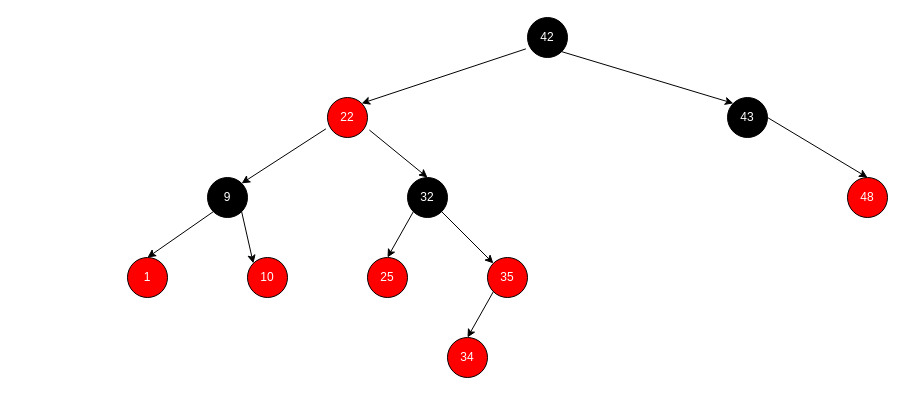
Earlier version of the draw.io diagram Untitled Diagram.drawio (semihhdemirel/semihhdemirel). Source tidied: cells renumbered, new cells numbered last; positions are measured from the earlier drawing's top-left corner, leaving out a move shared by most shapes. Both pictures are drawn from the tidied source at 100%, with x=0, y=0 at pixel (127, 17).
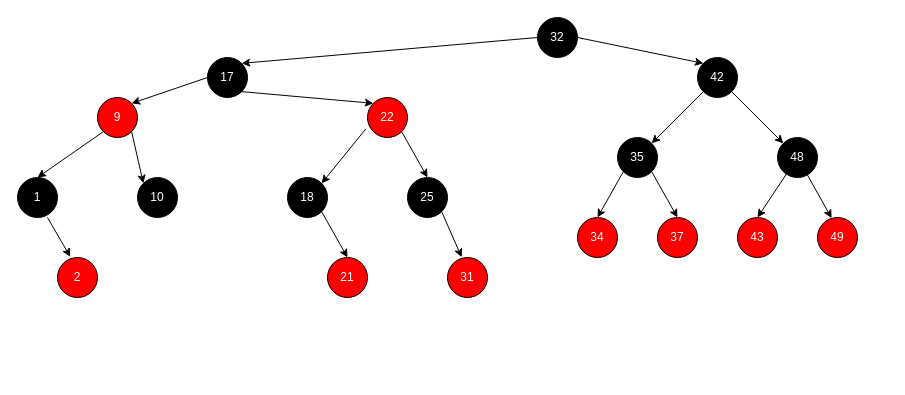
The same diagram, later.

The edit, as a diff of the source:
```diff
@@
     <mxCell id="2" value="&lt;font color=&quot;#ffffff&quot;&gt;42&lt;/font&gt;" style="ellipse;whiteSpace=wrap;html=1;fillColor=#000000;" parent="1" vertex="1">
-      <mxGeometry x="400" width="40" height="40" as="geometry" />
+      <mxGeometry x="570" y="40" width="40" height="40" as="geometry" />
     </mxCell>
     <mxCell id="3" value="&lt;font color=&quot;#ffffff&quot;&gt;22&lt;/font&gt;" style="ellipse;whiteSpace=wrap;html=1;fillColor=#FF0000;" parent="1" vertex="1">
-      <mxGeometry x="200" y="80" width="40" height="40" as="geometry" />
+      <mxGeometry x="240" y="80" width="40" height="40" as="geometry" />
     </mxCell>
-    <mxCell id="4" value="&lt;font color=&quot;#ffffff&quot;&gt;43&lt;/font&gt;" style="ellipse;whiteSpace=wrap;html=1;fillColor=#000000;" parent="1" vertex="1">
-      <mxGeometry x="600" y="80" width="40" height="40" as="geometry" />
+    <mxCell id="4" value="&lt;font color=&quot;#ffffff&quot;&gt;43&lt;/font&gt;" style="ellipse;whiteSpace=wrap;html=1;fillColor=#FF0000;" parent="1" vertex="1">
+      <mxGeometry x="610" y="200" width="40" height="40" as="geometry" />
     </mxCell>
-    <mxCell id="5" value="&lt;font color=&quot;#ffffff&quot;&gt;9&lt;/font&gt;" style="ellipse;whiteSpace=wrap;html=1;fillColor=#000000;" parent="1" vertex="1">
-      <mxGeometry x="80" y="160" width="40" height="40" as="geometry" />
+    <mxCell id="5" value="&lt;font color=&quot;#ffffff&quot;&gt;9&lt;/font&gt;" style="ellipse;whiteSpace=wrap;html=1;fillColor=#FF0000;" parent="1" vertex="1">
+      <mxGeometry x="-30" y="80" width="40" height="40" as="geometry" />
     </mxCell>
-    <mxCell id="6" style="endArrow=classic;html=1;rounded=0;exitX=-0.041;exitY=0.784;exitDx=0;exitDy=0;exitPerimeter=0;entryX=1;entryY=0;entryDx=0;entryDy=0;" parent="1" edge="1" source="2" target="3">
-      <mxGeometry relative="1" as="geometry" />
-    </mxCell>
-    <mxCell id="7" style="endArrow=classic;html=1;rounded=0;exitX=-0.041;exitY=0.784;exitDx=0;exitDy=0;exitPerimeter=0;entryX=1;entryY=0;entryDx=0;entryDy=0;" parent="1" edge="1" source="3" target="5">
+    <mxCell id="7" style="endArrow=classic;html=1;rounded=0;exitX=-0.041;exitY=0.784;exitDx=0;exitDy=0;exitPerimeter=0;entryX=1;entryY=0;entryDx=0;entryDy=0;" parent="1" edge="1" source="3" target="32">
       <mxGeometry relative="1" as="geometry" />
     </mxCell>
-    <mxCell id="8" style="endArrow=classic;html=1;rounded=0;entryX=0;entryY=0;entryDx=0;entryDy=0;exitX=1;exitY=1;exitDx=0;exitDy=0;" parent="1" edge="1" source="2" target="4">
+    <mxCell id="8" style="endArrow=classic;html=1;rounded=0;entryX=0;entryY=0;entryDx=0;entryDy=0;exitX=1;exitY=1;exitDx=0;exitDy=0;" parent="1" edge="1" source="2" target="13">
       <mxGeometry relative="1" as="geometry" />
     </mxCell>
     <mxCell id="9" value="&lt;font color=&quot;#ffffff&quot;&gt;32&lt;/font&gt;" style="ellipse;whiteSpace=wrap;html=1;fillColor=#000000;" parent="1" vertex="1">
-      <mxGeometry x="280" y="160" width="40" height="40" as="geometry" />
+      <mxGeometry x="410" width="40" height="40" as="geometry" />
     </mxCell>
-    <mxCell id="10" style="endArrow=classic;html=1;rounded=0;exitX=1.047;exitY=0.813;exitDx=0;exitDy=0;exitPerimeter=0;entryX=0.5;entryY=0;entryDx=0;entryDy=0;" parent="1" edge="1" source="3" target="9">
-      <mxGeometry relative="1" as="geometry" />
-    </mxCell>
-    <mxCell id="11" value="&lt;font color=&quot;#ffffff&quot;&gt;10&lt;/font&gt;" style="ellipse;whiteSpace=wrap;html=1;fillColor=#FF0000;" parent="1" vertex="1">
-      <mxGeometry x="120" y="240" width="40" height="40" as="geometry" />
+    <mxCell id="11" value="&lt;font color=&quot;#ffffff&quot;&gt;10&lt;/font&gt;" style="ellipse;whiteSpace=wrap;html=1;fillColor=#000000;rotation=0;" parent="1" vertex="1">
+      <mxGeometry x="10" y="160" width="40" height="40" as="geometry" />
     </mxCell>
-    <mxCell id="12" style="endArrow=classic;html=1;rounded=0;exitX=1;exitY=1;exitDx=0;exitDy=0;entryX=0;entryY=0;entryDx=0;entryDy=0;" parent="1" edge="1" source="5" target="11">
-      <mxGeometry relative="1" as="geometry" />
-    </mxCell>
-    <mxCell id="13" value="&lt;font color=&quot;#ffffff&quot;&gt;48&lt;/font&gt;" style="ellipse;whiteSpace=wrap;html=1;fillColor=#FF0000;" parent="1" vertex="1">
-      <mxGeometry x="720" y="160" width="40" height="40" as="geometry" />
+    <mxCell id="13" value="&lt;font color=&quot;#ffffff&quot;&gt;48&lt;/font&gt;" style="ellipse;whiteSpace=wrap;html=1;fillColor=#000000;" parent="1" vertex="1">
+      <mxGeometry x="650" y="120" width="40" height="40" as="geometry" />
     </mxCell>
-    <mxCell id="14" style="endArrow=classic;html=1;rounded=0;exitX=1;exitY=0.5;exitDx=0;exitDy=0;entryX=0.5;entryY=0;entryDx=0;entryDy=0;" parent="1" edge="1" source="4" target="13">
-      <mxGeometry relative="1" as="geometry" />
-    </mxCell>
-    <mxCell id="15" value="&lt;font color=&quot;#ffffff&quot;&gt;35&lt;/font&gt;" style="ellipse;whiteSpace=wrap;html=1;fillColor=#FF0000;" parent="1" vertex="1">
-      <mxGeometry x="360" y="240" width="40" height="40" as="geometry" />
+    <mxCell id="15" value="&lt;font color=&quot;#ffffff&quot;&gt;35&lt;/font&gt;" style="ellipse;whiteSpace=wrap;html=1;fillColor=#000000;" parent="1" vertex="1">
+      <mxGeometry x="490" y="120" width="40" height="40" as="geometry" />
     </mxCell>
-    <mxCell id="16" style="endArrow=classic;html=1;rounded=0;exitX=1;exitY=1;exitDx=0;exitDy=0;entryX=0;entryY=0;entryDx=0;entryDy=0;" parent="1" edge="1" source="9" target="15">
-      <mxGeometry relative="1" as="geometry" />
-    </mxCell>
-    <mxCell id="17" value="&lt;font color=&quot;#ffffff&quot;&gt;1&lt;/font&gt;" style="ellipse;whiteSpace=wrap;html=1;fillColor=#FF0000;" parent="1" vertex="1">
-      <mxGeometry y="240" width="40" height="40" as="geometry" />
+    <mxCell id="17" value="&lt;font color=&quot;#ffffff&quot;&gt;1&lt;/font&gt;" style="ellipse;whiteSpace=wrap;html=1;fillColor=#000000;" parent="1" vertex="1">
+      <mxGeometry x="-110" y="160" width="40" height="40" as="geometry" />
     </mxCell>
@@
-    <mxCell id="19" value="&lt;font color=&quot;#ffffff&quot;&gt;25&lt;/font&gt;" style="ellipse;whiteSpace=wrap;html=1;fillColor=#FF0000;" parent="1" vertex="1">
-      <mxGeometry x="240" y="240" width="40" height="40" as="geometry" />
+    <mxCell id="19" value="&lt;font color=&quot;#ffffff&quot;&gt;25&lt;/font&gt;" style="ellipse;whiteSpace=wrap;html=1;fillColor=#000000;" parent="1" vertex="1">
+      <mxGeometry x="280" y="160" width="40" height="40" as="geometry" />
     </mxCell>
-    <mxCell id="20" style="endArrow=classic;html=1;rounded=0;exitX=0;exitY=1;exitDx=0;exitDy=0;entryX=0.5;entryY=0;entryDx=0;entryDy=0;" parent="1" edge="1" source="9" target="19">
-      <mxGeometry relative="1" as="geometry" />
-    </mxCell>
     <mxCell id="21" value="&lt;font color=&quot;#ffffff&quot;&gt;34&lt;/font&gt;" style="ellipse;whiteSpace=wrap;html=1;fillColor=#FF0000;" parent="1" vertex="1">
-      <mxGeometry x="320" y="320" width="40" height="40" as="geometry" />
+      <mxGeometry x="450" y="200" width="40" height="40" as="geometry" />
     </mxCell>
@@
+    <mxCell id="23" style="endArrow=classic;html=1;rounded=0;exitX=1;exitY=1;exitDx=0;exitDy=0;entryX=0.5;entryY=0;entryDx=0;entryDy=0;" parent="1" edge="1" source="3" target="19">
+      <mxGeometry relative="1" as="geometry" />
+    </mxCell>
+    <mxCell id="24" style="endArrow=classic;html=1;rounded=0;exitX=1;exitY=0.5;exitDx=0;exitDy=0;entryX=0;entryY=0;entryDx=0;entryDy=0;" parent="1" edge="1" source="9" target="2">
+      <mxGeometry relative="1" as="geometry" />
+    </mxCell>
+    <mxCell id="25" style="endArrow=classic;html=1;rounded=0;exitX=0;exitY=0.5;exitDx=0;exitDy=0;entryX=1;entryY=0;entryDx=0;entryDy=0;" parent="1" edge="1" source="9" target="37">
+      <mxGeometry relative="1" as="geometry" />
+    </mxCell>
+    <mxCell id="26" style="endArrow=classic;html=1;rounded=0;exitX=0;exitY=1;exitDx=0;exitDy=0;entryX=1;entryY=0;entryDx=0;entryDy=0;" parent="1" edge="1" source="2" target="15">
+      <mxGeometry relative="1" as="geometry" />
+    </mxCell>
+    <mxCell id="27" value="&lt;font color=&quot;#ffffff&quot;&gt;31&lt;/font&gt;" style="ellipse;whiteSpace=wrap;html=1;fillColor=#FF0000;" parent="1" vertex="1">
+      <mxGeometry x="320" y="240" width="40" height="40" as="geometry" />
+    </mxCell>
+    <mxCell id="28" style="endArrow=classic;html=1;rounded=0;exitX=1;exitY=1;exitDx=0;exitDy=0;entryX=0.354;entryY=-0.008;entryDx=0;entryDy=0;entryPerimeter=0;" parent="1" edge="1" source="19" target="27">
+      <mxGeometry relative="1" as="geometry" />
+    </mxCell>
+    <mxCell id="29" value="&lt;font color=&quot;#ffffff&quot;&gt;49&lt;/font&gt;" style="ellipse;whiteSpace=wrap;html=1;fillColor=#FF0000;" parent="1" vertex="1">
+      <mxGeometry x="690" y="200" width="40" height="40" as="geometry" />
+    </mxCell>
+    <mxCell id="30" style="endArrow=classic;html=1;rounded=0;entryX=0.5;entryY=0;entryDx=0;entryDy=0;" parent="1" edge="1" source="13" target="4">
+      <mxGeometry relative="1" as="geometry" />
+    </mxCell>
+    <mxCell id="31" style="endArrow=classic;html=1;rounded=0;entryX=0.353;entryY=0.016;entryDx=0;entryDy=0;entryPerimeter=0;" parent="1" edge="1" source="13" target="29">
+      <mxGeometry relative="1" as="geometry" />
+    </mxCell>
+    <mxCell id="32" value="&lt;font color=&quot;#ffffff&quot;&gt;18&lt;/font&gt;" style="ellipse;whiteSpace=wrap;html=1;fillColor=#000000;" parent="1" vertex="1">
+      <mxGeometry x="160" y="160" width="40" height="40" as="geometry" />
+    </mxCell>
+    <mxCell id="33" value="&lt;font color=&quot;#ffffff&quot;&gt;37&lt;/font&gt;" style="ellipse;whiteSpace=wrap;html=1;fillColor=#FF0000;" parent="1" vertex="1">
+      <mxGeometry x="530" y="200" width="40" height="40" as="geometry" />
+    </mxCell>
+    <mxCell id="34" style="endArrow=classic;html=1;rounded=0;entryX=0.5;entryY=0;entryDx=0;entryDy=0;exitX=1;exitY=1;exitDx=0;exitDy=0;" parent="1" edge="1" source="15" target="33">
+      <mxGeometry relative="1" as="geometry" />
+    </mxCell>
+    <mxCell id="35" value="&lt;font color=&quot;#ffffff&quot;&gt;2&lt;/font&gt;" style="ellipse;whiteSpace=wrap;html=1;fillColor=#FF0000;" parent="1" vertex="1">
+      <mxGeometry x="-70" y="240" width="40" height="40" as="geometry" />
+    </mxCell>
+    <mxCell id="36" style="endArrow=classic;html=1;rounded=0;exitX=0.75;exitY=1;exitDx=0;exitDy=0;exitPerimeter=0;entryX=0.319;entryY=-0.018;entryDx=0;entryDy=0;entryPerimeter=0;" parent="1" edge="1" source="17" target="35">
+      <mxGeometry relative="1" as="geometry" />
+    </mxCell>
+    <mxCell id="37" value="&lt;font color=&quot;#ffffff&quot;&gt;17&lt;/font&gt;" style="ellipse;whiteSpace=wrap;html=1;fillColor=#000000;gradientColor=default;" parent="1" vertex="1">
+      <mxGeometry x="80" y="40" width="40" height="40" as="geometry" />
+    </mxCell>
+    <mxCell id="12" style="endArrow=classic;html=1;rounded=0;exitX=1;exitY=1;exitDx=0;exitDy=0;entryX=0;entryY=0;entryDx=0;entryDy=0;" parent="1" edge="1" source="5" target="11">
+      <mxGeometry relative="1" as="geometry" />
+    </mxCell>
+    <mxCell id="38" style="endArrow=classic;html=1;rounded=0;exitX=1;exitY=1;exitDx=0;exitDy=0;entryX=0;entryY=0;entryDx=0;entryDy=0;" parent="1" edge="1" source="37" target="3">
+      <mxGeometry relative="1" as="geometry" />
+    </mxCell>
+    <mxCell id="39" value="&lt;font color=&quot;#ffffff&quot;&gt;21&lt;/font&gt;" style="ellipse;whiteSpace=wrap;html=1;fillColor=#FF0000;" parent="1" vertex="1">
+      <mxGeometry x="200" y="240" width="40" height="40" as="geometry" />
+    </mxCell>
+    <mxCell id="40" style="endArrow=classic;html=1;rounded=0;exitX=0;exitY=0.5;exitDx=0;exitDy=0;entryX=1;entryY=0;entryDx=0;entryDy=0;" parent="1" edge="1" source="37" target="5">
+      <mxGeometry relative="1" as="geometry" />
+    </mxCell>
+    <mxCell id="41" style="endArrow=classic;html=1;rounded=0;exitX=1;exitY=1;exitDx=0;exitDy=0;entryX=0.5;entryY=0;entryDx=0;entryDy=0;" parent="1" edge="1" source="32" target="39">
+      <mxGeometry relative="1" as="geometry" />
+    </mxCell>
```
